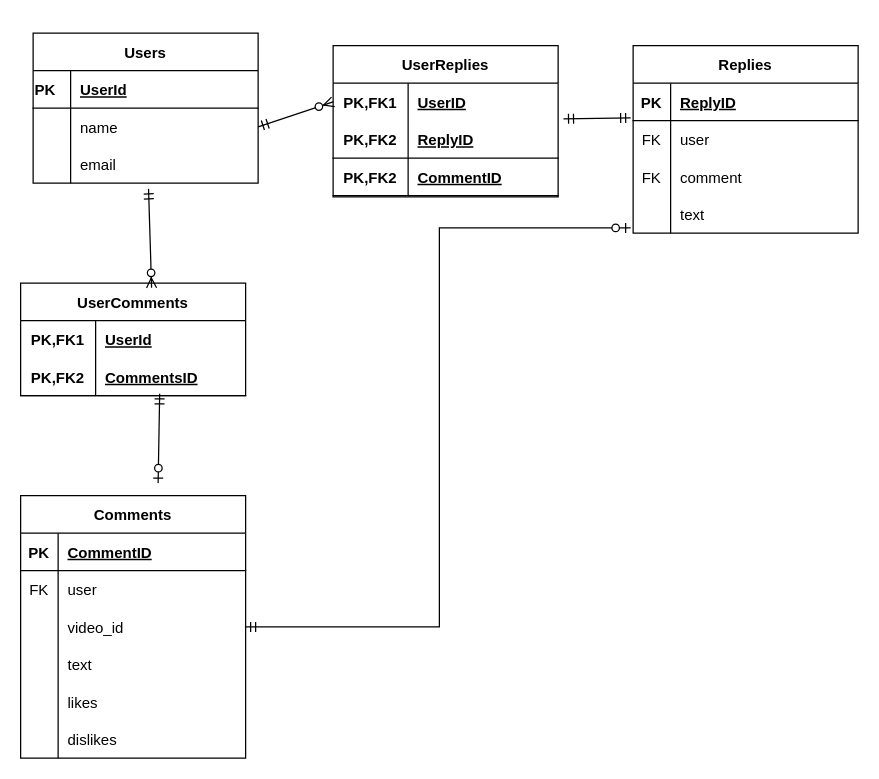
This is backend/Youtube_clone_ ERD.drawio from mfgreen42/YouTube_Clone, a draw.io file, before an edit. Source tidied: cells renumbered, new cells numbered last; positions are measured from the earlier drawing's top-left corner, leaving out a move shared by most shapes. Both pictures are drawn from the tidied source at 125%, with x=0, y=0 at pixel (20, 32).
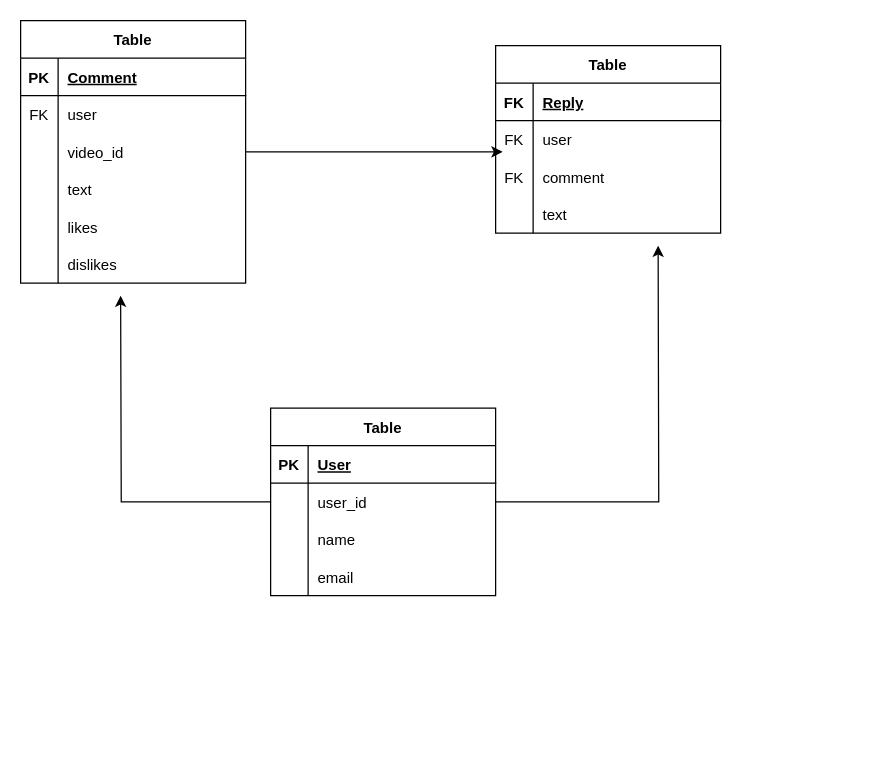
The same page after the edit.

The change refers to these unchanged cells:
```xml
<mxCell id="3" style="shape=tableRow;horizontal=0;startSize=0;swimlaneHead=0;swimlaneBody=0;fillColor=none;top=0;left=0;right=0;bottom=1;" parent="2" vertex="1">
  <mxGeometry y="30" width="180" height="30" as="geometry" />
</mxCell>
<mxCell id="9" style="shape=tableRow;horizontal=0;startSize=0;swimlaneHead=0;swimlaneBody=0;fillColor=none;points=[[0,0.5],[1,0.5]];portConstraint=eastwest;top=0;left=0;right=0;bottom=0;" parent="2" vertex="1">
  <mxGeometry y="90" width="180" height="30" as="geometry" />
</mxCell>
<mxCell id="22" style="shape=tableRow;horizontal=0;startSize=0;swimlaneHead=0;swimlaneBody=0;fillColor=none;top=0;left=0;right=0;bottom=1;" parent="21" vertex="1">
  <mxGeometry y="30" width="180" height="30" as="geometry" />
</mxCell>
<mxCell id="25" style="shape=tableRow;horizontal=0;startSize=0;swimlaneHead=0;swimlaneBody=0;fillColor=none;points=[[0,0.5],[1,0.5]];portConstraint=eastwest;top=0;left=0;right=0;bottom=0;" parent="21" vertex="1">
  <mxGeometry y="60" width="180" height="30" as="geometry" />
</mxCell>
<mxCell id="31" style="shape=tableRow;horizontal=0;startSize=0;swimlaneHead=0;swimlaneBody=0;fillColor=none;points=[[0,0.5],[1,0.5]];portConstraint=eastwest;top=0;left=0;right=0;bottom=0;" parent="21" vertex="1">
  <mxGeometry y="120" width="180" height="30" as="geometry" />
</mxCell>
<mxCell id="35" style="shape=tableRow;horizontal=0;startSize=0;swimlaneHead=0;swimlaneBody=0;fillColor=none;top=0;left=0;right=0;bottom=1;" parent="34" vertex="1">
  <mxGeometry y="30" width="180" height="30" as="geometry" />
</mxCell>
```

Diff of the diagram source:
```diff
@@
-    <mxCell id="2" value="Comments" style="shape=table;startSize=30;childLayout=tableLayout;rowLines=0;fontStyle=1;align=center;" parent="1" vertex="1">
-      <mxGeometry y="370" width="180" height="210" as="geometry" />
+    <mxCell id="2" value="Table" style="shape=table;startSize=30;childLayout=tableLayout;rowLines=0;fontStyle=1;align=center;" parent="1" vertex="1">
+      <mxGeometry y="-10" width="180" height="210" as="geometry" />
     </mxCell>
@@
-    <mxCell id="5" value="CommentID" style="shape=partialRectangle;fillColor=none;top=0;left=0;bottom=0;right=0;align=left;spacingLeft=6;fontStyle=5;overflow=hidden;" parent="3" vertex="1">
+    <mxCell id="5" value="Comment" style="shape=partialRectangle;fillColor=none;top=0;left=0;bottom=0;right=0;align=left;spacingLeft=6;fontStyle=5;overflow=hidden;" parent="3" vertex="1">
       <mxGeometry x="30" width="150" height="30" as="geometry" />
     </mxCell>
@@
-    <mxCell id="21" value="Replies" style="shape=table;startSize=30;childLayout=tableLayout;rowLines=0;fontStyle=1;align=center;" parent="1" vertex="1">
-      <mxGeometry x="490" y="10" width="180" height="150" as="geometry" />
+    <mxCell id="21" value="Table" style="shape=table;startSize=30;childLayout=tableLayout;rowLines=0;fontStyle=1;align=center;" parent="1" vertex="1">
+      <mxGeometry x="380" y="10" width="180" height="150" as="geometry" />
     </mxCell>
@@
-    <mxCell id="23" value="PK" style="shape=partialRectangle;fillColor=none;top=0;left=0;bottom=0;right=0;fontStyle=1;overflow=hidden;" parent="22" vertex="1">
+    <mxCell id="23" value="FK" style="shape=partialRectangle;fillColor=none;top=0;left=0;bottom=0;right=0;fontStyle=1;overflow=hidden;" parent="22" vertex="1">
       <mxGeometry width="30" height="30" as="geometry" />
     </mxCell>
-    <mxCell id="24" value="ReplyID" style="shape=partialRectangle;fillColor=none;top=0;left=0;bottom=0;right=0;align=left;spacingLeft=6;fontStyle=5;overflow=hidden;" parent="22" vertex="1">
+    <mxCell id="24" value="Reply" style="shape=partialRectangle;fillColor=none;top=0;left=0;bottom=0;right=0;align=left;spacingLeft=6;fontStyle=5;overflow=hidden;" parent="22" vertex="1">
       <mxGeometry x="30" width="150" height="30" as="geometry" />
     </mxCell>
@@
+    <mxCell id="66" style="edgeStyle=orthogonalEdgeStyle;rounded=0;jettySize=auto;html=1;entryX=0.031;entryY=0.833;entryDx=0;entryDy=0;entryPerimeter=0;" parent="1" edge="1" source="9" target="25">
+      <mxGeometry relative="1" as="geometry" />
+    </mxCell>
+    <mxCell id="67" style="edgeStyle=orthogonalEdgeStyle;rounded=0;jettySize=auto;html=1;" parent="1" edge="1" source="34">
+      <mxGeometry relative="1" as="geometry">
+        <mxPoint x="510" y="170" as="targetPoint" />
+      </mxGeometry>
+    </mxCell>
-    <mxCell id="34" value="Users" style="shape=table;startSize=30;childLayout=tableLayout;rowLines=0;fontStyle=1;align=center;" parent="1" vertex="1">
-      <mxGeometry x="10" width="180" height="120" as="geometry" />
+    <mxCell id="34" value="Table" style="shape=table;startSize=30;childLayout=tableLayout;rowLines=0;fontStyle=1;align=center;" parent="1" vertex="1">
+      <mxGeometry x="200" y="300" width="180" height="150" as="geometry" />
     </mxCell>
@@
-    <mxCell id="36" value="PK   " style="shape=partialRectangle;fillColor=none;top=0;left=0;bottom=0;right=0;fontStyle=1;overflow=hidden;" parent="35" vertex="1">
+    <mxCell id="36" value="PK" style="shape=partialRectangle;fillColor=none;top=0;left=0;bottom=0;right=0;fontStyle=1;overflow=hidden;" parent="35" vertex="1">
       <mxGeometry width="30" height="30" as="geometry" />
     </mxCell>
-    <mxCell id="37" value="UserId" style="shape=partialRectangle;fillColor=none;top=0;left=0;bottom=0;right=0;align=left;spacingLeft=6;fontStyle=5;overflow=hidden;" parent="35" vertex="1">
+    <mxCell id="37" value="User" style="shape=partialRectangle;fillColor=none;top=0;left=0;bottom=0;right=0;align=left;spacingLeft=6;fontStyle=5;overflow=hidden;" parent="35" vertex="1">
       <mxGeometry x="30" width="150" height="30" as="geometry" />
     </mxCell>
+    <mxCell id="68" style="shape=tableRow;horizontal=0;startSize=0;swimlaneHead=0;swimlaneBody=0;fillColor=none;points=[[0,0.5],[1,0.5]];portConstraint=eastwest;top=0;left=0;right=0;bottom=0;" parent="34" vertex="1">
+      <mxGeometry y="60" width="180" height="30" as="geometry" />
+    </mxCell>
+    <mxCell id="69" style="shape=partialRectangle;fillColor=none;top=0;left=0;bottom=0;right=0;overflow=hidden;" parent="68" vertex="1">
+      <mxGeometry width="30" height="30" as="geometry" />
+    </mxCell>
+    <mxCell id="70" value="user_id" style="shape=partialRectangle;fillColor=none;top=0;left=0;bottom=0;right=0;align=left;spacingLeft=6;overflow=hidden;" parent="68" vertex="1">
+      <mxGeometry x="30" width="150" height="30" as="geometry" />
+    </mxCell>
     <mxCell id="38" style="shape=tableRow;horizontal=0;startSize=0;swimlaneHead=0;swimlaneBody=0;fillColor=none;points=[[0,0.5],[1,0.5]];portConstraint=eastwest;top=0;left=0;right=0;bottom=0;" parent="34" vertex="1">
-      <mxGeometry y="60" width="180" height="30" as="geometry" />
+      <mxGeometry y="90" width="180" height="30" as="geometry" />
     </mxCell>
@@
     <mxCell id="41" style="shape=tableRow;horizontal=0;startSize=0;swimlaneHead=0;swimlaneBody=0;fillColor=none;points=[[0,0.5],[1,0.5]];portConstraint=eastwest;top=0;left=0;right=0;bottom=0;" parent="34" vertex="1">
-      <mxGeometry y="90" width="180" height="30" as="geometry" />
+      <mxGeometry y="120" width="180" height="30" as="geometry" />
     </mxCell>
@@
-    <mxCell id="44" value="UserComments" style="shape=table;startSize=30;childLayout=tableLayout;rowLines=0;fontStyle=1;align=center;" parent="1" vertex="1">
-      <mxGeometry y="200" width="180" height="90" as="geometry" />
-    </mxCell>
-    <mxCell id="45" style="shape=tableRow;horizontal=0;startSize=0;swimlaneHead=0;swimlaneBody=0;fillColor=none;top=0;left=0;right=0;bottom=0;" parent="44" vertex="1">
-      <mxGeometry y="30" width="180" height="30" as="geometry" />
-    </mxCell>
-    <mxCell id="46" value="PK,FK1" style="shape=partialRectangle;fillColor=none;top=0;left=0;bottom=0;right=0;fontStyle=1;overflow=hidden;" parent="45" vertex="1">
-      <mxGeometry width="60" height="30" as="geometry" />
-    </mxCell>
-    <mxCell id="47" value="UserId" style="shape=partialRectangle;fillColor=none;top=0;left=0;bottom=0;right=0;align=left;spacingLeft=6;fontStyle=5;overflow=hidden;" parent="45" vertex="1">
-      <mxGeometry x="60" width="120" height="30" as="geometry" />
-    </mxCell>
-    <mxCell id="48" style="shape=tableRow;horizontal=0;startSize=0;swimlaneHead=0;swimlaneBody=0;fillColor=none;points=[[0,0.5],[1,0.5]];portConstraint=eastwest;top=0;left=0;right=0;bottom=1;" parent="44" vertex="1">
-      <mxGeometry y="60" width="180" height="30" as="geometry" />
-    </mxCell>
-    <mxCell id="49" value="PK,FK2" style="shape=partialRectangle;fillColor=none;top=0;left=0;bottom=0;right=0;fontStyle=1;overflow=hidden;" parent="48" vertex="1">
-      <mxGeometry width="60" height="30" as="geometry" />
-    </mxCell>
-    <mxCell id="50" value="CommentsID" style="shape=partialRectangle;fillColor=none;top=0;left=0;bottom=0;right=0;align=left;spacingLeft=6;fontStyle=5;overflow=hidden;" parent="48" vertex="1">
-      <mxGeometry x="60" width="120" height="30" as="geometry" />
-    </mxCell>
-    <mxCell id="51" style="fontSize=12;html=1;endArrow=ERzeroToMany;startArrow=ERmandOne;rounded=0;entryX=0.582;entryY=0.042;entryDx=0;entryDy=0;entryPerimeter=0;exitX=0.513;exitY=1.153;exitDx=0;exitDy=0;exitPerimeter=0;" parent="1" edge="1" source="41" target="44">
-      <mxGeometry relative="1" as="geometry" />
-    </mxCell>
-    <mxCell id="52" style="fontSize=12;html=1;endArrow=ERzeroToOne;startArrow=ERmandOne;rounded=0;exitX=0.618;exitY=0.953;exitDx=0;exitDy=0;exitPerimeter=0;" parent="1" edge="1" source="48">
-      <mxGeometry relative="1" as="geometry">
-        <mxPoint x="110" y="360" as="targetPoint" />
-      </mxGeometry>
-    </mxCell>
-    <mxCell id="53" value="UserReplies" style="shape=table;startSize=30;childLayout=tableLayout;rowLines=0;fontStyle=1;align=center;" parent="1" vertex="1">
-      <mxGeometry x="250" y="10" width="180" height="121" as="geometry" />
-    </mxCell>
-    <mxCell id="54" style="shape=tableRow;horizontal=0;startSize=0;swimlaneHead=0;swimlaneBody=0;fillColor=none;points=[[0,0.5],[1,0.5]];portConstraint=eastwest;top=0;left=0;right=0;bottom=0;" parent="53" vertex="1">
-      <mxGeometry y="30" width="180" height="30" as="geometry" />
-    </mxCell>
-    <mxCell id="55" value="PK,FK1" style="shape=partialRectangle;fillColor=none;top=0;left=0;bottom=0;right=0;fontStyle=1;overflow=hidden;" parent="54" vertex="1">
-      <mxGeometry width="60" height="30" as="geometry" />
-    </mxCell>
-    <mxCell id="56" value="UserID" style="shape=partialRectangle;fillColor=none;top=0;left=0;bottom=0;right=0;align=left;spacingLeft=6;fontStyle=5;overflow=hidden;" parent="54" vertex="1">
-      <mxGeometry x="60" width="120" height="30" as="geometry" />
-    </mxCell>
-    <mxCell id="57" style="shape=tableRow;horizontal=0;startSize=0;swimlaneHead=0;swimlaneBody=0;fillColor=none;points=[[0,0.5],[1,0.5]];portConstraint=eastwest;top=0;left=0;right=0;bottom=1;" parent="53" vertex="1">
-      <mxGeometry y="60" width="180" height="30" as="geometry" />
-    </mxCell>
-    <mxCell id="58" value="PK,FK2" style="shape=partialRectangle;fillColor=none;top=0;left=0;bottom=0;right=0;fontStyle=1;overflow=hidden;" parent="57" vertex="1">
-      <mxGeometry width="60" height="30" as="geometry" />
-    </mxCell>
-    <mxCell id="59" value="ReplyID" style="shape=partialRectangle;fillColor=none;top=0;left=0;bottom=0;right=0;align=left;spacingLeft=6;fontStyle=5;overflow=hidden;" parent="57" vertex="1">
-      <mxGeometry x="60" width="120" height="30" as="geometry" />
-    </mxCell>
-    <mxCell id="60" style="shape=tableRow;horizontal=0;startSize=0;swimlaneHead=0;swimlaneBody=0;fillColor=none;top=0;left=0;right=0;bottom=1;" parent="53" vertex="1">
-      <mxGeometry y="90" width="180" height="30" as="geometry" />
-    </mxCell>
-    <mxCell id="61" value="PK,FK2" style="shape=partialRectangle;fillColor=none;top=0;left=0;bottom=0;right=0;fontStyle=1;overflow=hidden;" parent="60" vertex="1">
-      <mxGeometry width="60" height="30" as="geometry" />
-    </mxCell>
-    <mxCell id="62" value="CommentID" style="shape=partialRectangle;fillColor=none;top=0;left=0;bottom=0;right=0;align=left;spacingLeft=6;fontStyle=5;overflow=hidden;" parent="60" vertex="1">
-      <mxGeometry x="60" width="120" height="30" as="geometry" />
-    </mxCell>
-    <mxCell id="63" style="fontSize=12;html=1;endArrow=ERzeroToMany;startArrow=ERmandOne;rounded=0;exitX=1;exitY=0.5;exitDx=0;exitDy=0;entryX=0;entryY=0.5;entryDx=0;entryDy=0;" parent="1" edge="1" source="38" target="54">
-      <mxGeometry relative="1" as="geometry" />
-    </mxCell>
-    <mxCell id="64" style="fontSize=12;html=1;endArrow=ERmandOne;startArrow=ERmandOne;rounded=0;entryX=-0.011;entryY=-0.073;entryDx=0;entryDy=0;entryPerimeter=0;exitX=1.024;exitY=-0.047;exitDx=0;exitDy=0;exitPerimeter=0;" parent="1" edge="1" source="57" target="25">
-      <mxGeometry relative="1" as="geometry" />
-    </mxCell>
-    <mxCell id="65" style="edgeStyle=orthogonalEdgeStyle;fontSize=12;html=1;endArrow=ERzeroToOne;startArrow=ERmandOne;rounded=0;exitX=1;exitY=0.5;exitDx=0;exitDy=0;entryX=-0.011;entryY=0.86;entryDx=0;entryDy=0;entryPerimeter=0;" parent="1" edge="1" source="9" target="31">
-      <mxGeometry relative="1" as="geometry" />
-    </mxCell>
+    <mxCell id="71" style="edgeStyle=orthogonalEdgeStyle;rounded=0;jettySize=auto;html=1;" parent="1" edge="1" source="68">
+      <mxGeometry relative="1" as="geometry">
+        <mxPoint x="80" y="210" as="targetPoint" />
+      </mxGeometry>
+    </mxCell>
```
